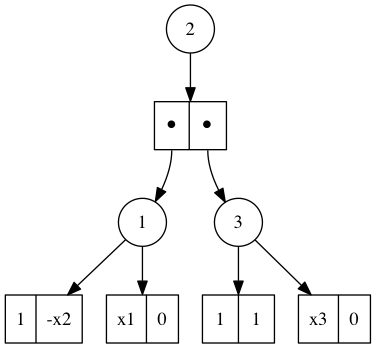
Earlier version of the Graphviz export dotG/test2/f=1⊕x2.dot.png (fangbq/SFDD). Its source is kept beside it as dotG/test2/f=1⊕x2.dot. The source it was exported from:
```dot
digraph G {
	Dec_0_1 [shape=circle, label="2"]
	Dec_0_1 -> Ele_1_11
	Ele_1_11 [shape=record,label="<f0> ●|<f1> ●"]
	Ele_1_11:f0 -> Dec_2_16
	Dec_2_16 [shape=circle, label="1"]
	Dec_2_16 -> Ele_3_29
	Ele_3_29 [shape=record,label="<f0> 1|<f1> -x2"]
	Dec_2_16 -> Ele_3_30
	Ele_3_30 [shape=record,label="<f0> x1|<f1> 0"]
	Ele_1_11:f1 -> Dec_2_17
	Dec_2_17 [shape=circle, label="3"]
	Dec_2_17 -> Ele_3_31
	Ele_3_31 [shape=record,label="<f0> 1|<f1> 1"]
	Dec_2_17 -> Ele_3_32
	Ele_3_32 [shape=record,label="<f0> x3|<f1> 0"]
}
```
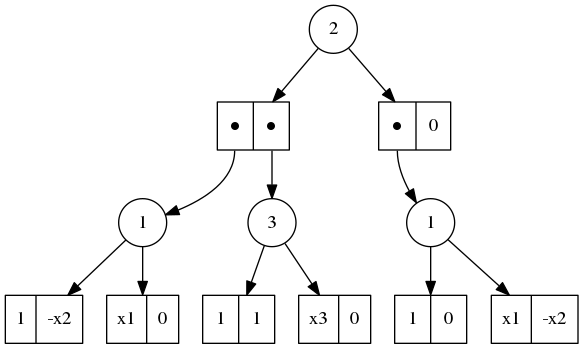
After the commit.

What changed in the source:
```diff
@@ -1,17 +1,25 @@
 digraph G {
 	Dec_0_1 [shape=circle, label="2"]
-	Dec_0_1 -> Ele_1_11
-	Ele_1_11 [shape=record,label="<f0> ●|<f1> ●"]
-	Ele_1_11:f0 -> Dec_2_16
-	Dec_2_16 [shape=circle, label="1"]
-	Dec_2_16 -> Ele_3_29
-	Ele_3_29 [shape=record,label="<f0> 1|<f1> -x2"]
-	Dec_2_16 -> Ele_3_30
-	Ele_3_30 [shape=record,label="<f0> x1|<f1> 0"]
-	Ele_1_11:f1 -> Dec_2_17
-	Dec_2_17 [shape=circle, label="3"]
-	Dec_2_17 -> Ele_3_31
-	Ele_3_31 [shape=record,label="<f0> 1|<f1> 1"]
-	Dec_2_17 -> Ele_3_32
-	Ele_3_32 [shape=record,label="<f0> x3|<f1> 0"]
+	Dec_0_1 -> Ele_1_13
+	Ele_1_13 [shape=record,label="<f0> ●|<f1> ●"]
+	Ele_1_13:f0 -> Dec_2_19
+	Dec_2_19 [shape=circle, label="1"]
+	Dec_2_19 -> Ele_3_33
+	Ele_3_33 [shape=record,label="<f0> 1|<f1> -x2"]
+	Dec_2_19 -> Ele_3_34
+	Ele_3_34 [shape=record,label="<f0> x1|<f1> 0"]
+	Ele_1_13:f1 -> Dec_2_20
+	Dec_2_20 [shape=circle, label="3"]
+	Dec_2_20 -> Ele_3_35
+	Ele_3_35 [shape=record,label="<f0> 1|<f1> 1"]
+	Dec_2_20 -> Ele_3_36
+	Ele_3_36 [shape=record,label="<f0> x3|<f1> 0"]
+	Dec_0_1 -> Ele_1_14
+	Ele_1_14 [shape=record,label="<f0> ●|<f1> 0"]
+	Ele_1_14:f0 -> Dec_2_21
+	Dec_2_21 [shape=circle, label="1"]
+	Dec_2_21 -> Ele_3_37
+	Ele_3_37 [shape=record,label="<f0> 1|<f1> 0"]
+	Dec_2_21 -> Ele_3_38
+	Ele_3_38 [shape=record,label="<f0> x1|<f1> -x2"]
 }
```
